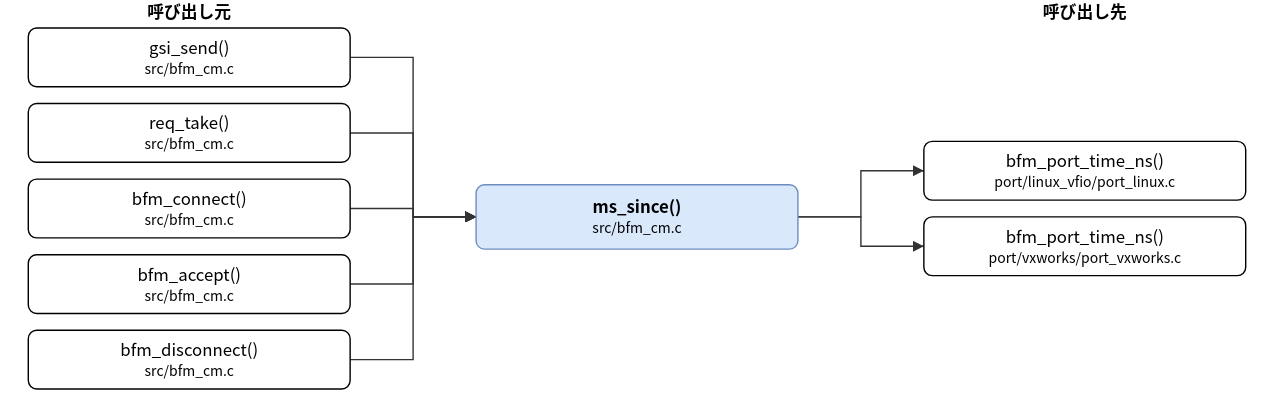
Earlier version of the draw.io export doc/spec/images/call_src_bfm_cm-ms_since.drawio.svg (hf355051012-ai/bfmem). Source tidied: cells renumbered, new cells last; positions are measured from the earlier drawing's top-left corner, leaving out a move shared by most shapes.
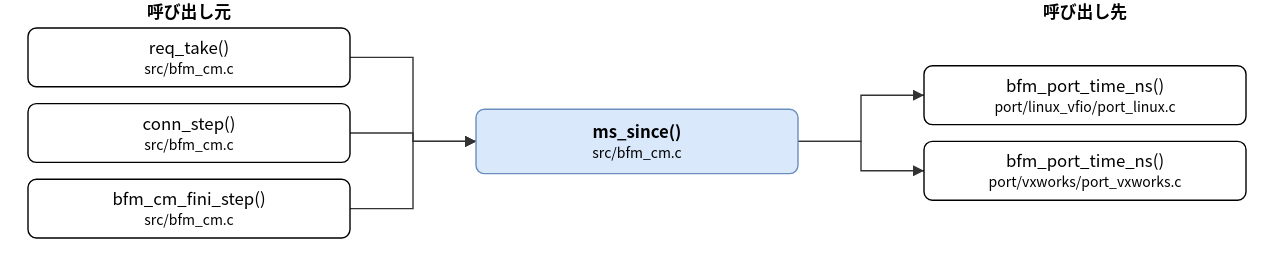
The same diagram one commit later.

The edit, as a diff of the source:
```diff
@@ -3,34 +3,28 @@
     <mxCell id="0" />
     <mxCell id="1" parent="0" />
     <mxCell id="2" value="ms_since()&lt;br&gt;&lt;font style=&quot;font-size:10px&quot;&gt;src/bfm_cm.c&lt;/font&gt;" style="rounded=1;whiteSpace=wrap;html=1;fillColor=#dae8fc;strokeColor=#6c8ebf;fontStyle=1;" parent="1" vertex="1">
-      <mxGeometry x="320" y="132" width="230" height="46" as="geometry" />
+      <mxGeometry x="320" y="78" width="230" height="46" as="geometry" />
     </mxCell>
-    <mxCell id="3" value="gsi_send()&lt;br&gt;&lt;font style=&quot;font-size:10px&quot;&gt;src/bfm_cm.c&lt;/font&gt;" style="rounded=1;whiteSpace=wrap;html=1;" parent="1" vertex="1">
+    <mxCell id="3" value="req_take()&lt;br&gt;&lt;font style=&quot;font-size:10px&quot;&gt;src/bfm_cm.c&lt;/font&gt;" style="rounded=1;whiteSpace=wrap;html=1;" parent="1" vertex="1">
       <mxGeometry y="20" width="230" height="42" as="geometry" />
     </mxCell>
-    <mxCell id="4" value="req_take()&lt;br&gt;&lt;font style=&quot;font-size:10px&quot;&gt;src/bfm_cm.c&lt;/font&gt;" style="rounded=1;whiteSpace=wrap;html=1;" parent="1" vertex="1">
+    <mxCell id="4" value="conn_step()&lt;br&gt;&lt;font style=&quot;font-size:10px&quot;&gt;src/bfm_cm.c&lt;/font&gt;" style="rounded=1;whiteSpace=wrap;html=1;" parent="1" vertex="1">
       <mxGeometry y="74" width="230" height="42" as="geometry" />
     </mxCell>
-    <mxCell id="5" value="bfm_connect()&lt;br&gt;&lt;font style=&quot;font-size:10px&quot;&gt;src/bfm_cm.c&lt;/font&gt;" style="rounded=1;whiteSpace=wrap;html=1;" parent="1" vertex="1">
+    <mxCell id="5" value="bfm_cm_fini_step()&lt;br&gt;&lt;font style=&quot;font-size:10px&quot;&gt;src/bfm_cm.c&lt;/font&gt;" style="rounded=1;whiteSpace=wrap;html=1;" parent="1" vertex="1">
       <mxGeometry y="128" width="230" height="42" as="geometry" />
     </mxCell>
-    <mxCell id="6" value="bfm_accept()&lt;br&gt;&lt;font style=&quot;font-size:10px&quot;&gt;src/bfm_cm.c&lt;/font&gt;" style="rounded=1;whiteSpace=wrap;html=1;" parent="1" vertex="1">
-      <mxGeometry y="182" width="230" height="42" as="geometry" />
-    </mxCell>
-    <mxCell id="7" value="bfm_disconnect()&lt;br&gt;&lt;font style=&quot;font-size:10px&quot;&gt;src/bfm_cm.c&lt;/font&gt;" style="rounded=1;whiteSpace=wrap;html=1;" parent="1" vertex="1">
-      <mxGeometry y="236" width="230" height="42" as="geometry" />
-    </mxCell>
     <mxCell id="8" value="bfm_port_time_ns()&lt;br&gt;&lt;font style=&quot;font-size:10px&quot;&gt;port/linux_vfio/port_linux.c&lt;/font&gt;" style="rounded=1;whiteSpace=wrap;html=1;" parent="1" vertex="1">
-      <mxGeometry x="640" y="101" width="230" height="42" as="geometry" />
+      <mxGeometry x="640" y="47" width="230" height="42" as="geometry" />
     </mxCell>
     <mxCell id="9" value="bfm_port_time_ns()&lt;br&gt;&lt;font style=&quot;font-size:10px&quot;&gt;port/vxworks/port_vxworks.c&lt;/font&gt;" style="rounded=1;whiteSpace=wrap;html=1;" parent="1" vertex="1">
-      <mxGeometry x="640" y="155" width="230" height="42" as="geometry" />
+      <mxGeometry x="640" y="101" width="230" height="42" as="geometry" />
     </mxCell>
     <mxCell id="10" style="edgeStyle=none;html=1;rounded=0;endArrow=block;endFill=1;exitX=1.0000;exitY=0.5000;exitDx=0;exitDy=0;exitPerimeter=0;entryX=0.0000;entryY=0.5000;entryDx=0;entryDy=0;entryPerimeter=0;" parent="1" edge="1" source="3" target="2">
       <mxGeometry relative="1" as="geometry">
         <Array as="points">
           <mxPoint x="275" y="41" />
-          <mxPoint x="275" y="155" />
+          <mxPoint x="275" y="101" />
         </Array>
       </mxGeometry>
     </mxCell>
@@ -38,7 +32,7 @@
       <mxGeometry relative="1" as="geometry">
         <Array as="points">
           <mxPoint x="275" y="95" />
-          <mxPoint x="275" y="155" />
+          <mxPoint x="275" y="101" />
         </Array>
       </mxGeometry>
     </mxCell>
@@ -46,42 +40,26 @@
       <mxGeometry relative="1" as="geometry">
         <Array as="points">
           <mxPoint x="275" y="149" />
-          <mxPoint x="275" y="155" />
+          <mxPoint x="275" y="101" />
         </Array>
       </mxGeometry>
     </mxCell>
-    <mxCell id="13" style="edgeStyle=none;html=1;rounded=0;endArrow=block;endFill=1;exitX=1.0000;exitY=0.5000;exitDx=0;exitDy=0;exitPerimeter=0;entryX=0.0000;entryY=0.5000;entryDx=0;entryDy=0;entryPerimeter=0;" parent="1" edge="1" source="6" target="2">
+    <mxCell id="13" style="edgeStyle=none;html=1;rounded=0;endArrow=block;endFill=1;exitX=1.0000;exitY=0.5000;exitDx=0;exitDy=0;exitPerimeter=0;entryX=0.0000;entryY=0.5000;entryDx=0;entryDy=0;entryPerimeter=0;" parent="1" edge="1" source="2" target="8">
       <mxGeometry relative="1" as="geometry">
         <Array as="points">
-          <mxPoint x="275" y="203" />
-          <mxPoint x="275" y="155" />
+          <mxPoint x="595" y="101" />
+          <mxPoint x="595" y="68" />
         </Array>
       </mxGeometry>
     </mxCell>
-    <mxCell id="14" style="edgeStyle=none;html=1;rounded=0;endArrow=block;endFill=1;exitX=1.0000;exitY=0.5000;exitDx=0;exitDy=0;exitPerimeter=0;entryX=0.0000;entryY=0.5000;entryDx=0;entryDy=0;entryPerimeter=0;" parent="1" edge="1" source="7" target="2">
+    <mxCell id="14" style="edgeStyle=none;html=1;rounded=0;endArrow=block;endFill=1;exitX=1.0000;exitY=0.5000;exitDx=0;exitDy=0;exitPerimeter=0;entryX=0.0000;entryY=0.5000;entryDx=0;entryDy=0;entryPerimeter=0;" parent="1" edge="1" source="2" target="9">
       <mxGeometry relative="1" as="geometry">
         <Array as="points">
-          <mxPoint x="275" y="257" />
-          <mxPoint x="275" y="155" />
+          <mxPoint x="595" y="101" />
+          <mxPoint x="595" y="122" />
         </Array>
       </mxGeometry>
     </mxCell>
-    <mxCell id="15" style="edgeStyle=none;html=1;rounded=0;endArrow=block;endFill=1;exitX=1.0000;exitY=0.5000;exitDx=0;exitDy=0;exitPerimeter=0;entryX=0.0000;entryY=0.5000;entryDx=0;entryDy=0;entryPerimeter=0;" parent="1" edge="1" source="2" target="8">
-      <mxGeometry relative="1" as="geometry">
-        <Array as="points">
-          <mxPoint x="595" y="155" />
-          <mxPoint x="595" y="122" />
-        </Array>
-      </mxGeometry>
-    </mxCell>
-    <mxCell id="16" style="edgeStyle=none;html=1;rounded=0;endArrow=block;endFill=1;exitX=1.0000;exitY=0.5000;exitDx=0;exitDy=0;exitPerimeter=0;entryX=0.0000;entryY=0.5000;entryDx=0;entryDy=0;entryPerimeter=0;" parent="1" edge="1" source="2" target="9">
-      <mxGeometry relative="1" as="geometry">
-        <Array as="points">
-          <mxPoint x="595" y="155" />
-          <mxPoint x="595" y="176" />
-        </Array>
-      </mxGeometry>
-    </mxCell>
     <mxCell id="17" value="呼び出し元" style="text;html=1;align=center;fontStyle=1;" parent="1" vertex="1">
       <mxGeometry x="35" width="160" height="18" as="geometry" />
     </mxCell>
```
